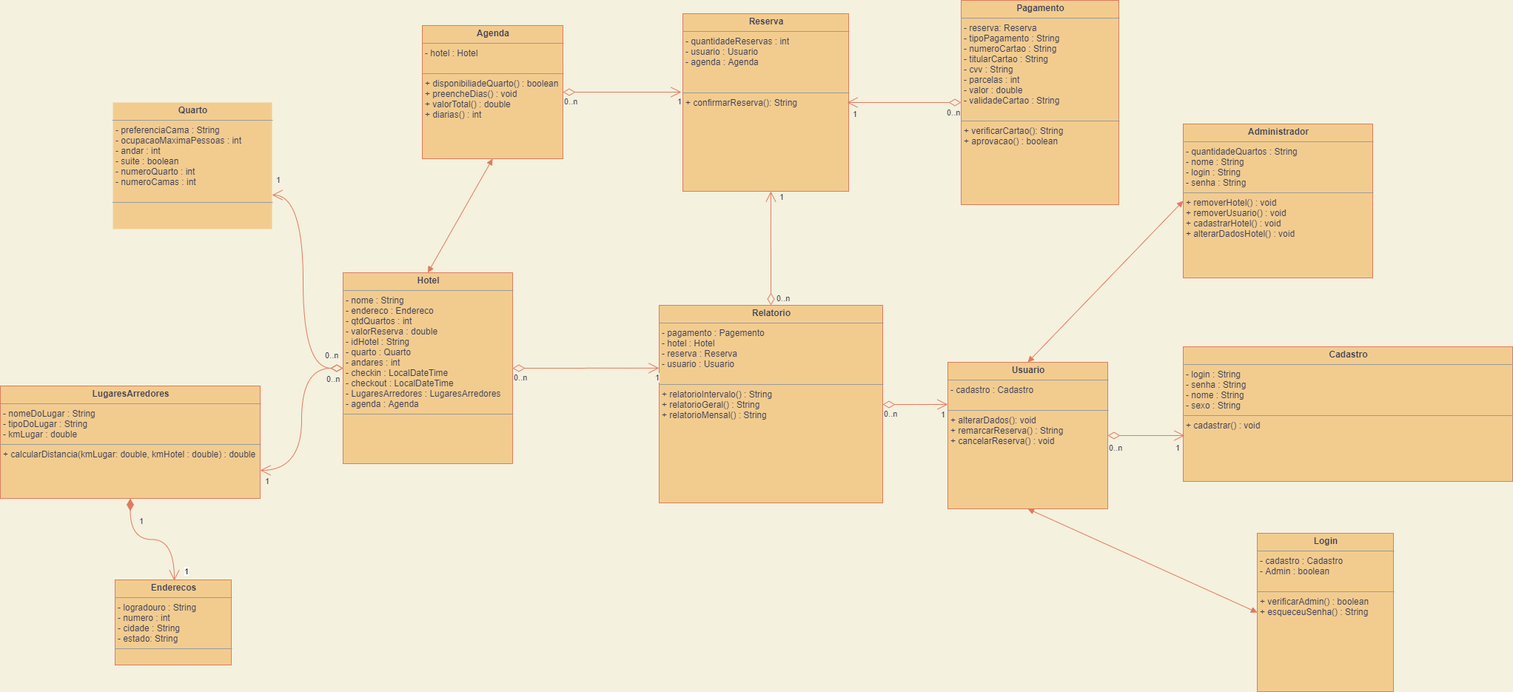
pedrocmr/Projeto_Host4U keeps this draw.io diagram as Diagrama UML Graduandos em Totólogia.png. Above is the earlier version. Source tidied: cells renumbered, new cells last; positions are measured from the earlier drawing's top-left corner, leaving out a move shared by most shapes.
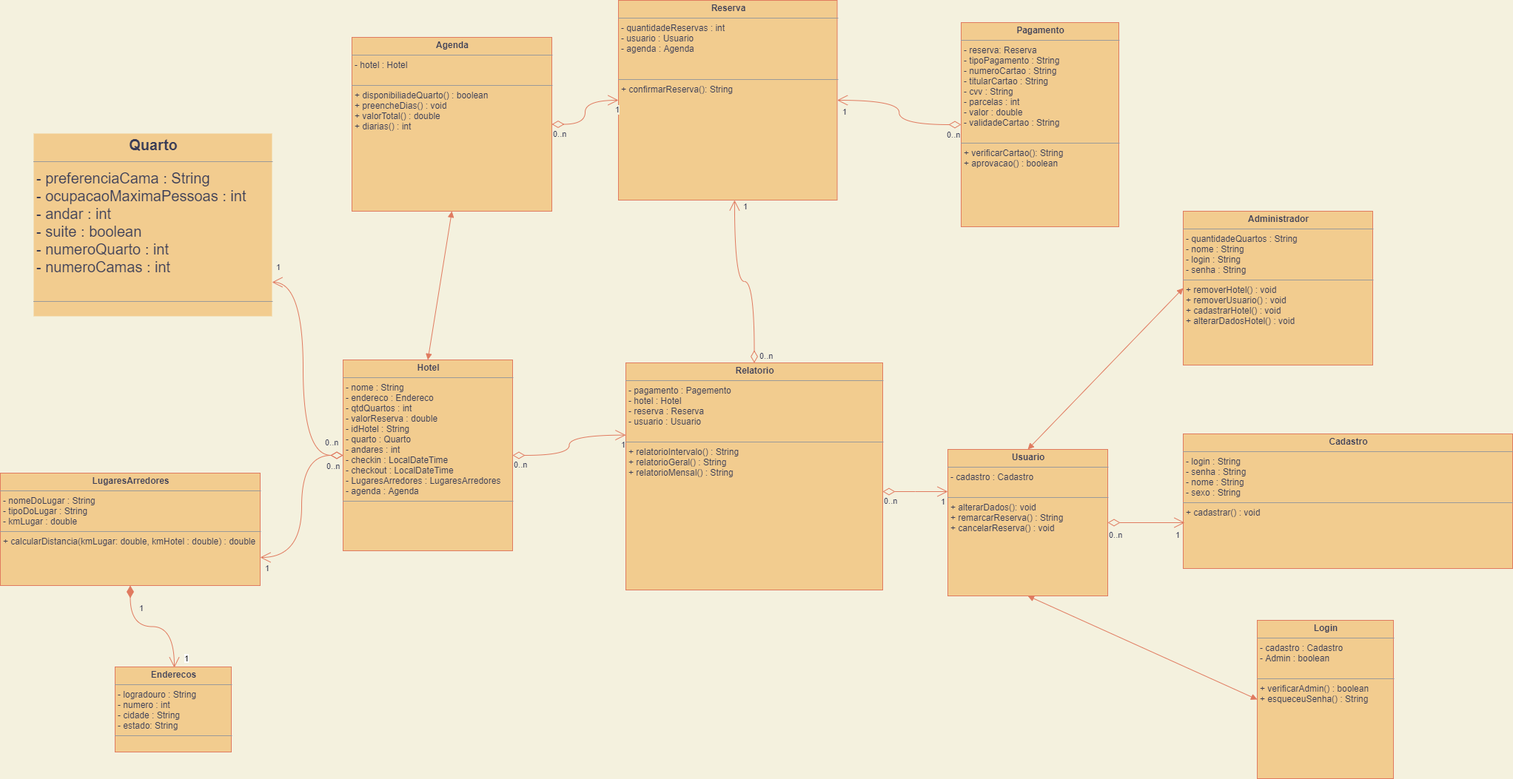
Above is the later version.

Diff of the diagram source:
```diff
@@ -6,10 +6,10 @@
       <mxGeometry x="1598" y="167" width="256" height="208" as="geometry" />
     </mxCell>
     <mxCell id="3" value="&lt;p style=&quot;margin: 0px ; margin-top: 4px ; text-align: center&quot;&gt;&lt;b&gt;Agenda&lt;/b&gt;&lt;/p&gt;&lt;hr size=&quot;1&quot;&gt;&lt;p style=&quot;margin: 0px ; margin-left: 4px&quot;&gt;- hotel : Hotel&lt;/p&gt;&lt;p style=&quot;margin: 0px ; margin-left: 4px&quot;&gt;&lt;br&gt;&lt;/p&gt;&lt;hr size=&quot;1&quot;&gt;&lt;p style=&quot;margin: 0px ; margin-left: 4px&quot;&gt;+ disponibiliadeQuarto() : boolean&lt;/p&gt;&lt;p style=&quot;margin: 0px ; margin-left: 4px&quot;&gt;+ preencheDias() : void&lt;/p&gt;&lt;p style=&quot;margin: 0px ; margin-left: 4px&quot;&gt;+ valorTotal() : double&lt;/p&gt;&lt;p style=&quot;margin: 0px ; margin-left: 4px&quot;&gt;&lt;span&gt;+ diarias() : int&lt;/span&gt;&lt;br&gt;&lt;/p&gt;" style="verticalAlign=top;align=left;overflow=fill;fontSize=12;fontFamily=Helvetica;html=1;arcSize=74;fillColor=#F2CC8F;strokeColor=#E07A5F;fontColor=#393C56;" parent="1" vertex="1">
-      <mxGeometry x="570" y="34" width="190" height="180" as="geometry" />
+      <mxGeometry x="475" y="-68" width="270" height="235" as="geometry" />
     </mxCell>
-    <mxCell id="4" value="&lt;p style=&quot;margin: 0px ; margin-top: 4px ; text-align: center&quot;&gt;&lt;b&gt;Quarto&lt;/b&gt;&lt;/p&gt;&lt;hr size=&quot;1&quot;&gt;&lt;p style=&quot;margin: 0px ; margin-left: 4px&quot;&gt;- preferenciaCama : String&lt;/p&gt;&lt;p style=&quot;margin: 0px ; margin-left: 4px&quot;&gt;- ocupacaoMaximaPessoas : int&lt;/p&gt;&lt;p style=&quot;margin: 0px ; margin-left: 4px&quot;&gt;&lt;span&gt;- andar : int&lt;/span&gt;&lt;br&gt;&lt;/p&gt;&lt;p style=&quot;margin: 0px ; margin-left: 4px&quot;&gt;- suite : boolean&lt;/p&gt;&lt;p style=&quot;margin: 0px ; margin-left: 4px&quot;&gt;- numeroQuarto : int&lt;/p&gt;&lt;p style=&quot;margin: 0px ; margin-left: 4px&quot;&gt;- numeroCamas : int&lt;/p&gt;&lt;p style=&quot;margin: 0px ; margin-left: 4px&quot;&gt;&lt;br&gt;&lt;/p&gt;&lt;hr size=&quot;1&quot;&gt;&lt;p style=&quot;margin: 0px ; margin-left: 4px&quot;&gt;&lt;br&gt;&lt;/p&gt;" style="verticalAlign=top;align=left;overflow=fill;fontSize=12;fontFamily=Helvetica;html=1;arcSize=74;fillColor=#F2CC8F;fontColor=#393C56;imageWidth=32;imageHeight=62;imageAspect=1;perimeterSpacing=0;strokeColor=none;" parent="1" vertex="1">
-      <mxGeometry x="152" y="138" width="215" height="171" as="geometry" />
+    <mxCell id="4" value="&lt;p style=&quot;margin: 4px 0px 0px ; text-align: center ; font-size: 20px&quot;&gt;&lt;b&gt;&lt;font style=&quot;font-size: 20px&quot;&gt;Quarto&lt;/font&gt;&lt;/b&gt;&lt;/p&gt;&lt;hr size=&quot;1&quot; style=&quot;font-size: 20px&quot;&gt;&lt;p style=&quot;margin: 0px 0px 0px 4px ; font-size: 20px&quot;&gt;&lt;font style=&quot;font-size: 20px&quot;&gt;- preferenciaCama : String&lt;/font&gt;&lt;/p&gt;&lt;p style=&quot;margin: 0px 0px 0px 4px ; font-size: 20px&quot;&gt;&lt;font style=&quot;font-size: 20px&quot;&gt;- ocupacaoMaximaPessoas : int&lt;/font&gt;&lt;/p&gt;&lt;p style=&quot;margin: 0px 0px 0px 4px ; font-size: 20px&quot;&gt;&lt;font style=&quot;font-size: 20px&quot;&gt;&lt;span&gt;- andar : int&lt;/span&gt;&lt;br&gt;&lt;/font&gt;&lt;/p&gt;&lt;p style=&quot;margin: 0px 0px 0px 4px ; font-size: 20px&quot;&gt;&lt;font style=&quot;font-size: 20px&quot;&gt;- suite : boolean&lt;/font&gt;&lt;/p&gt;&lt;p style=&quot;margin: 0px 0px 0px 4px ; font-size: 20px&quot;&gt;&lt;font style=&quot;font-size: 20px&quot;&gt;- numeroQuarto : int&lt;/font&gt;&lt;/p&gt;&lt;p style=&quot;margin: 0px 0px 0px 4px ; font-size: 20px&quot;&gt;&lt;font style=&quot;font-size: 20px&quot;&gt;- numeroCamas : int&lt;/font&gt;&lt;/p&gt;&lt;p style=&quot;margin: 0px 0px 0px 4px ; font-size: 20px&quot;&gt;&lt;font style=&quot;font-size: 20px&quot;&gt;&lt;br&gt;&lt;/font&gt;&lt;/p&gt;&lt;hr size=&quot;1&quot; style=&quot;font-size: 20px&quot;&gt;&lt;p style=&quot;margin: 0px 0px 0px 4px ; font-size: 20px&quot;&gt;&lt;br&gt;&lt;/p&gt;" style="verticalAlign=top;align=left;overflow=fill;fontSize=12;fontFamily=Helvetica;html=1;arcSize=74;fillColor=#F2CC8F;fontColor=#393C56;imageWidth=32;imageHeight=62;imageAspect=1;perimeterSpacing=0;strokeColor=none;" parent="1" vertex="1">
+      <mxGeometry x="45" y="62" width="322" height="247" as="geometry" />
     </mxCell>
     <mxCell id="5" value="&lt;p style=&quot;margin: 0px ; margin-top: 4px ; text-align: center&quot;&gt;&lt;b&gt;Enderecos&lt;/b&gt;&lt;/p&gt;&lt;hr size=&quot;1&quot;&gt;&lt;p style=&quot;margin: 0px ; margin-left: 4px&quot;&gt;- logradouro : String&lt;/p&gt;&lt;p style=&quot;margin: 0px ; margin-left: 4px&quot;&gt;- numero : int&lt;/p&gt;&lt;p style=&quot;margin: 0px ; margin-left: 4px&quot;&gt;- cidade : String&lt;/p&gt;&lt;p style=&quot;margin: 0px ; margin-left: 4px&quot;&gt;- estado: String&lt;/p&gt;&lt;hr size=&quot;1&quot;&gt;&lt;p style=&quot;margin: 0px ; margin-left: 4px&quot;&gt;&lt;br&gt;&lt;/p&gt;" style="verticalAlign=top;align=left;overflow=fill;fontSize=12;fontFamily=Helvetica;html=1;arcSize=74;fillColor=#F2CC8F;strokeColor=#E07A5F;fontColor=#393C56;" parent="1" vertex="1">
       <mxGeometry x="155" y="783" width="157" height="115" as="geometry" />
@@ -21,7 +21,7 @@
       <mxGeometry x="1598" y="468" width="445" height="182" as="geometry" />
     </mxCell>
     <mxCell id="8" value="&lt;p style=&quot;margin: 0px ; margin-top: 4px ; text-align: center&quot;&gt;&lt;b&gt;Relatorio&lt;/b&gt;&lt;/p&gt;&lt;hr size=&quot;1&quot;&gt;&lt;p style=&quot;margin: 0px ; margin-left: 4px&quot;&gt;- pagamento : Pagemento&lt;/p&gt;&lt;p style=&quot;margin: 0px ; margin-left: 4px&quot;&gt;- hotel : Hotel&lt;/p&gt;&lt;p style=&quot;margin: 0px ; margin-left: 4px&quot;&gt;- reserva : Reserva&lt;/p&gt;&lt;p style=&quot;margin: 0px ; margin-left: 4px&quot;&gt;- usuario : Usuario&lt;/p&gt;&lt;p style=&quot;margin: 0px ; margin-left: 4px&quot;&gt;&lt;br&gt;&lt;/p&gt;&lt;hr size=&quot;1&quot;&gt;&lt;p style=&quot;margin: 0px ; margin-left: 4px&quot;&gt;+ relatorioIntervalo() : String&lt;/p&gt;&lt;p style=&quot;margin: 0px ; margin-left: 4px&quot;&gt;+ relatorioGeral() : String&lt;/p&gt;&lt;p style=&quot;margin: 0px ; margin-left: 4px&quot;&gt;+ relatorioMensal() : String&lt;/p&gt;" style="verticalAlign=top;align=left;overflow=fill;fontSize=12;fontFamily=Helvetica;html=1;arcSize=74;fillColor=#F2CC8F;strokeColor=#E07A5F;fontColor=#393C56;" parent="1" vertex="1">
-      <mxGeometry x="890" y="412" width="302" height="267" as="geometry" />
+      <mxGeometry x="845" y="372" width="347" height="307" as="geometry" />
     </mxCell>
     <mxCell id="9" value="&lt;p style=&quot;margin: 0px ; margin-top: 4px ; text-align: center&quot;&gt;&lt;b&gt;Hotel&lt;/b&gt;&lt;/p&gt;&lt;hr size=&quot;1&quot;&gt;&lt;p style=&quot;margin: 0px ; margin-left: 4px&quot;&gt;- nome : String&lt;/p&gt;&lt;p style=&quot;margin: 0px ; margin-left: 4px&quot;&gt;- endereco : Endereco&lt;/p&gt;&lt;p style=&quot;margin: 0px ; margin-left: 4px&quot;&gt;- qtdQuartos : int&lt;/p&gt;&lt;p style=&quot;margin: 0px ; margin-left: 4px&quot;&gt;- valorReserva : double&lt;/p&gt;&lt;p style=&quot;margin: 0px ; margin-left: 4px&quot;&gt;- idHotel : String&lt;/p&gt;&lt;p style=&quot;margin: 0px ; margin-left: 4px&quot;&gt;- quarto : Quarto&lt;/p&gt;&lt;p style=&quot;margin: 0px ; margin-left: 4px&quot;&gt;- andares : int&lt;/p&gt;&lt;p style=&quot;margin: 0px ; margin-left: 4px&quot;&gt;- checkin : LocalDateTime&lt;/p&gt;&lt;p style=&quot;margin: 0px ; margin-left: 4px&quot;&gt;- checkout : LocalDateTime&lt;/p&gt;&lt;p style=&quot;margin: 0px ; margin-left: 4px&quot;&gt;- LugaresArredores : LugaresArredores&lt;/p&gt;&lt;p style=&quot;margin: 0px ; margin-left: 4px&quot;&gt;- agenda : Agenda&lt;/p&gt;&lt;hr size=&quot;1&quot;&gt;&lt;p style=&quot;margin: 0px ; margin-left: 4px&quot;&gt;&lt;br&gt;&lt;/p&gt;&lt;p style=&quot;margin: 0px ; margin-left: 4px&quot;&gt;&lt;br&gt;&lt;/p&gt;" style="verticalAlign=top;align=left;overflow=fill;fontSize=12;fontFamily=Helvetica;html=1;arcSize=74;fillColor=#F2CC8F;strokeColor=#E07A5F;fontColor=#393C56;" parent="1" vertex="1">
       <mxGeometry x="463" y="368" width="229" height="258" as="geometry" />
@@ -30,13 +30,13 @@
       <mxGeometry x="1280" y="489" width="216" height="198" as="geometry" />
     </mxCell>
     <mxCell id="11" value="&lt;p style=&quot;margin: 0px ; margin-top: 4px ; text-align: center&quot;&gt;&lt;b&gt;Reserva&lt;/b&gt;&lt;/p&gt;&lt;hr size=&quot;1&quot;&gt;&lt;p style=&quot;margin: 0px ; margin-left: 4px&quot;&gt;- quantidadeReservas : int&lt;/p&gt;&lt;p style=&quot;margin: 0px ; margin-left: 4px&quot;&gt;- usuario : Usuario&lt;/p&gt;&lt;p style=&quot;margin: 0px ; margin-left: 4px&quot;&gt;- agenda : Agenda&lt;/p&gt;&lt;p style=&quot;margin: 0px ; margin-left: 4px&quot;&gt;&lt;br&gt;&lt;/p&gt;&lt;p style=&quot;margin: 0px ; margin-left: 4px&quot;&gt;&lt;br&gt;&lt;/p&gt;&lt;hr size=&quot;1&quot;&gt;&lt;p style=&quot;margin: 0px ; margin-left: 4px&quot;&gt;+ confirmarReserva(): String&lt;/p&gt;" style="verticalAlign=top;align=left;overflow=fill;fontSize=12;fontFamily=Helvetica;html=1;arcSize=74;fillColor=#F2CC8F;strokeColor=#E07A5F;fontColor=#393C56;" parent="1" vertex="1">
-      <mxGeometry x="922" y="18" width="224" height="240" as="geometry" />
+      <mxGeometry x="835" y="-118" width="295.5" height="270" as="geometry" />
     </mxCell>
     <mxCell id="12" value="&lt;p style=&quot;margin: 0px ; margin-top: 4px ; text-align: center&quot;&gt;&lt;b&gt;LugaresArredores&lt;/b&gt;&lt;/p&gt;&lt;hr size=&quot;1&quot;&gt;&lt;p style=&quot;margin: 0px ; margin-left: 4px&quot;&gt;- nomeDoLugar : String&lt;/p&gt;&lt;p style=&quot;margin: 0px ; margin-left: 4px&quot;&gt;- tipoDoLugar : String&lt;/p&gt;&lt;p style=&quot;margin: 0px ; margin-left: 4px&quot;&gt;- kmLugar : double&lt;/p&gt;&lt;hr size=&quot;1&quot;&gt;&lt;p style=&quot;margin: 0px ; margin-left: 4px&quot;&gt;+ calcularDistancia(kmLugar: double, kmHotel : double) : double&lt;/p&gt;&lt;p style=&quot;margin: 0px ; margin-left: 4px&quot;&gt;&lt;br&gt;&lt;/p&gt;" style="verticalAlign=top;align=left;overflow=fill;fontSize=12;fontFamily=Helvetica;html=1;arcSize=74;fillColor=#F2CC8F;strokeColor=#E07A5F;fontColor=#393C56;" parent="1" vertex="1">
       <mxGeometry y="521" width="351" height="152" as="geometry" />
     </mxCell>
     <mxCell id="13" value="&lt;p style=&quot;margin: 0px ; margin-top: 4px ; text-align: center&quot;&gt;&lt;b&gt;Pagamento&lt;/b&gt;&lt;/p&gt;&lt;hr size=&quot;1&quot;&gt;&lt;p style=&quot;margin: 0px ; margin-left: 4px&quot;&gt;- reserva: Reserva&lt;/p&gt;&lt;p style=&quot;margin: 0px ; margin-left: 4px&quot;&gt;- tipoPagamento : String&lt;/p&gt;&lt;p style=&quot;margin: 0px ; margin-left: 4px&quot;&gt;- numeroCartao : String&lt;/p&gt;&lt;p style=&quot;margin: 0px ; margin-left: 4px&quot;&gt;- titularCartao : String&lt;/p&gt;&lt;p style=&quot;margin: 0px ; margin-left: 4px&quot;&gt;- cvv : String&lt;/p&gt;&lt;p style=&quot;margin: 0px ; margin-left: 4px&quot;&gt;- parcelas : int&lt;/p&gt;&lt;p style=&quot;margin: 0px ; margin-left: 4px&quot;&gt;- valor : double&lt;/p&gt;&lt;p style=&quot;margin: 0px ; margin-left: 4px&quot;&gt;- validadeCartao : String&lt;/p&gt;&lt;p style=&quot;margin: 0px ; margin-left: 4px&quot;&gt;&lt;br&gt;&lt;/p&gt;&lt;hr size=&quot;1&quot;&gt;&lt;p style=&quot;margin: 0px ; margin-left: 4px&quot;&gt;+ verificarCartao(): String&lt;/p&gt;&lt;p style=&quot;margin: 0px ; margin-left: 4px&quot;&gt;+ aprovacao() : boolean&lt;/p&gt;&lt;p style=&quot;margin: 0px ; margin-left: 4px&quot;&gt;&lt;br&gt;&lt;/p&gt;" style="verticalAlign=top;align=left;overflow=fill;fontSize=12;fontFamily=Helvetica;html=1;arcSize=74;fillColor=#F2CC8F;strokeColor=#E07A5F;fontColor=#393C56;" parent="1" vertex="1">
-      <mxGeometry x="1298" width="213" height="276" as="geometry" />
+      <mxGeometry x="1298" y="-88" width="213" height="276" as="geometry" />
     </mxCell>
     <mxCell id="14" style="endArrow=open;html=1;endSize=12;startArrow=diamondThin;startSize=14;startFill=0;edgeStyle=orthogonalEdgeStyle;entryX=0.531;entryY=1;entryDx=0;entryDy=0;entryPerimeter=0;arcSize=74;labelBackgroundColor=#F4F1DE;strokeColor=#E07A5F;fontColor=#393C56;curved=1;" parent="1" edge="1" source="8" target="11">
       <mxGeometry y="-70" relative="1" as="geometry" />
@@ -60,10 +60,8 @@
     <mxCell id="19" value="1" style="edgeLabel;html=1;align=right;verticalAlign=top;arcSize=74;labelBackgroundColor=#F4F1DE;fontColor=#393C56;" parent="17" vertex="1">
       <mxGeometry x="1" relative="1" as="geometry" />
     </mxCell>
-    <mxCell id="20" style="endArrow=open;html=1;endSize=12;startArrow=diamondThin;startSize=14;startFill=0;edgeStyle=orthogonalEdgeStyle;arcSize=74;labelBackgroundColor=#F4F1DE;strokeColor=#E07A5F;fontColor=#393C56;curved=1;" parent="1" edge="1" source="13">
-      <mxGeometry x="-0.03" y="9" relative="1" as="geometry">
-        <mxPoint x="1144" y="138" as="targetPoint" />
-      </mxGeometry>
+    <mxCell id="20" style="endArrow=open;html=1;endSize=12;startArrow=diamondThin;startSize=14;startFill=0;edgeStyle=orthogonalEdgeStyle;arcSize=74;labelBackgroundColor=#F4F1DE;strokeColor=#E07A5F;fontColor=#393C56;curved=1;entryX=1;entryY=0.5;entryDx=0;entryDy=0;" parent="1" edge="1" source="13" target="11">
+      <mxGeometry x="-0.03" y="9" relative="1" as="geometry" />
     </mxCell>
     <mxCell id="21" value="0..n" style="edgeLabel;html=1;align=left;verticalAlign=top;arcSize=74;labelBackgroundColor=#F4F1DE;fontColor=#393C56;" parent="20" vertex="1">
       <mxGeometry x="-1" relative="1" as="geometry">
@@ -75,10 +73,8 @@
         <mxPoint x="12.8" y="3" as="offset" />
       </mxGeometry>
     </mxCell>
-    <mxCell id="23" style="endArrow=open;html=1;endSize=12;startArrow=diamondThin;startSize=14;startFill=0;edgeStyle=orthogonalEdgeStyle;arcSize=74;labelBackgroundColor=#F4F1DE;strokeColor=#E07A5F;fontColor=#393C56;curved=1;" parent="1" edge="1" source="3">
-      <mxGeometry x="-0.1" y="-102" relative="1" as="geometry">
-        <mxPoint x="920" y="124" as="targetPoint" />
-      </mxGeometry>
+    <mxCell id="23" style="endArrow=open;html=1;endSize=12;startArrow=diamondThin;startSize=14;startFill=0;edgeStyle=orthogonalEdgeStyle;arcSize=74;labelBackgroundColor=#F4F1DE;strokeColor=#E07A5F;fontColor=#393C56;curved=1;entryX=0;entryY=0.5;entryDx=0;entryDy=0;" parent="1" edge="1" source="3" target="11">
+      <mxGeometry x="-0.1" y="-102" relative="1" as="geometry" />
     </mxCell>
     <mxCell id="24" value="0..n" style="edgeLabel;html=1;align=left;verticalAlign=top;arcSize=74;labelBackgroundColor=#F4F1DE;fontColor=#393C56;" parent="23" vertex="1">
       <mxGeometry x="-1" relative="1" as="geometry" />
```
